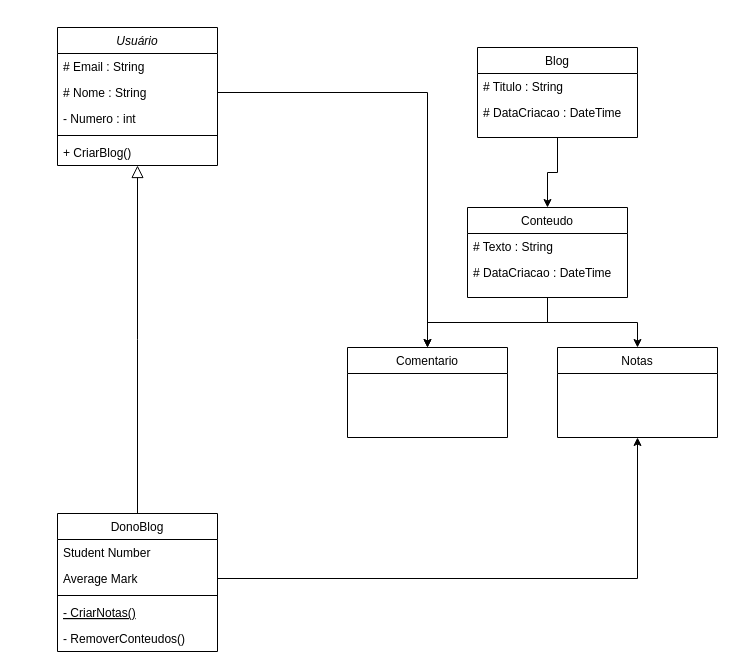
The draw.io diagram PraticaDiagramaDeClasses.drawio in LuizFelipeCavalcante/Diagramas, before the edit. Source tidied: cells renumbered, new cells numbered last; positions are measured from the earlier drawing's top-left corner, leaving out a move shared by most shapes. Both pictures are drawn from the tidied source at 100%, with x=0, y=0 at pixel (57, 27).
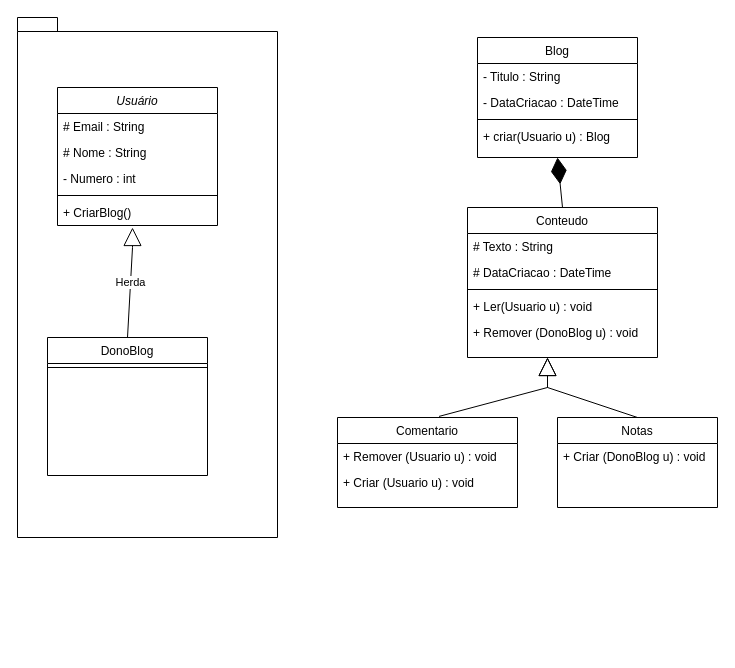
After the change.

Unchanged cells that the change refers to:
```xml
<mxCell id="4" value="# Nome : String" style="text;align=left;verticalAlign=top;spacingLeft=4;spacingRight=4;overflow=hidden;points=[[0,0.5],[1,0.5]];portConstraint=eastwest;rounded=0;shadow=0;html=0;" parent="2" vertex="1">
  <mxGeometry y="52" width="160" height="26" as="geometry" />
</mxCell>
```

Diff of the diagram source:
```diff
@@
+    <mxCell id="28" style="shape=folder;fontStyle=1;spacingTop=10;tabWidth=40;tabHeight=14;tabPosition=left;html=1;whiteSpace=wrap;" parent="1" vertex="1">
+      <mxGeometry x="-40" y="-10" width="260" height="520" as="geometry" />
+    </mxCell>
     <mxCell id="2" value="Usuário" style="swimlane;fontStyle=2;align=center;verticalAlign=top;horizontal=1;startSize=26;rounded=0;shadow=0;strokeWidth=1;" parent="1" vertex="1">
-      <mxGeometry width="160" height="138" as="geometry" />
+      <mxGeometry y="60" width="160" height="138" as="geometry" />
     </mxCell>
@@
     <mxCell id="8" value="DonoBlog" style="swimlane;fontStyle=0;align=center;verticalAlign=top;horizontal=1;startSize=26;rounded=0;shadow=0;strokeWidth=1;" parent="1" vertex="1">
-      <mxGeometry y="486" width="160" height="138" as="geometry" />
+      <mxGeometry x="-10" y="310" width="160" height="138" as="geometry" />
     </mxCell>
-    <mxCell id="9" value="Student Number" style="text;align=left;verticalAlign=top;spacingLeft=4;spacingRight=4;overflow=hidden;" parent="8" vertex="1">
-      <mxGeometry y="26" width="160" height="26" as="geometry" />
-    </mxCell>
-    <mxCell id="10" value="Average Mark" style="text;align=left;verticalAlign=top;spacingLeft=4;spacingRight=4;overflow=hidden;points=[[0,0.5],[1,0.5]];portConstraint=eastwest;rounded=0;shadow=0;html=0;" parent="8" vertex="1">
-      <mxGeometry y="52" width="160" height="26" as="geometry" />
-    </mxCell>
     <mxCell id="11" style="line;html=1;strokeWidth=1;align=left;verticalAlign=middle;spacingTop=-1;spacingLeft=3;spacingRight=3;labelPosition=right;" parent="8" vertex="1">
-      <mxGeometry y="78" width="160" height="8" as="geometry" />
+      <mxGeometry y="26" width="160" height="8" as="geometry" />
     </mxCell>
-    <mxCell id="12" value="- CriarNotas()" style="text;align=left;verticalAlign=top;spacingLeft=4;spacingRight=4;overflow=hidden;fontStyle=4;" parent="8" vertex="1">
-      <mxGeometry y="86" width="160" height="26" as="geometry" />
-    </mxCell>
-    <mxCell id="13" value="- RemoverConteudos()" style="text;align=left;verticalAlign=top;spacingLeft=4;spacingRight=4;overflow=hidden;" parent="8" vertex="1">
-      <mxGeometry y="112" width="160" height="26" as="geometry" />
-    </mxCell>
-    <mxCell id="14" style="endArrow=block;endSize=10;endFill=0;shadow=0;strokeWidth=1;rounded=0;curved=0;edgeStyle=elbowEdgeStyle;elbow=vertical;" parent="1" edge="1" source="8" target="2">
-      <mxGeometry relative="1" as="geometry" />
-    </mxCell>
-    <mxCell id="15" style="edgeStyle=orthogonalEdgeStyle;rounded=0;jettySize=auto;html=1;entryX=0.5;entryY=0;entryDx=0;entryDy=0;" parent="1" edge="1" source="16" target="21">
-      <mxGeometry relative="1" as="geometry" />
-    </mxCell>
     <mxCell id="16" value="Blog" style="swimlane;fontStyle=0;align=center;verticalAlign=top;horizontal=1;startSize=26;rounded=0;shadow=0;strokeWidth=1;" parent="1" vertex="1">
-      <mxGeometry x="420" y="20" width="160" height="90" as="geometry" />
+      <mxGeometry x="420" y="10" width="160" height="120" as="geometry" />
     </mxCell>
-    <mxCell id="17" value="# Titulo : String" style="text;align=left;verticalAlign=top;spacingLeft=4;spacingRight=4;overflow=hidden;" parent="16" vertex="1">
+    <mxCell id="17" value="- Titulo : String" style="text;align=left;verticalAlign=top;spacingLeft=4;spacingRight=4;overflow=hidden;" parent="16" vertex="1">
       <mxGeometry y="26" width="160" height="26" as="geometry" />
     </mxCell>
-    <mxCell id="18" value="# DataCriacao : DateTime" style="text;align=left;verticalAlign=top;spacingLeft=4;spacingRight=4;overflow=hidden;rounded=0;shadow=0;html=0;" parent="16" vertex="1">
+    <mxCell id="18" value="- DataCriacao : DateTime" style="text;align=left;verticalAlign=top;spacingLeft=4;spacingRight=4;overflow=hidden;rounded=0;shadow=0;html=0;" parent="16" vertex="1">
       <mxGeometry y="52" width="160" height="26" as="geometry" />
     </mxCell>
-    <mxCell id="19" style="edgeStyle=orthogonalEdgeStyle;rounded=0;jettySize=auto;html=1;" parent="1" edge="1" source="21" target="25">
-      <mxGeometry relative="1" as="geometry">
-        <Array as="points">
-          <mxPoint x="490" y="295" />
-          <mxPoint x="370" y="295" />
-        </Array>
-      </mxGeometry>
-    </mxCell>
-    <mxCell id="20" style="edgeStyle=orthogonalEdgeStyle;rounded=0;jettySize=auto;html=1;" parent="1" edge="1" source="21" target="24">
-      <mxGeometry relative="1" as="geometry" />
-    </mxCell>
+    <mxCell id="29" style="line;html=1;strokeWidth=1;align=left;verticalAlign=middle;spacingTop=-1;spacingLeft=3;spacingRight=3;labelPosition=right;" parent="16" vertex="1">
+      <mxGeometry y="78" width="160" height="8" as="geometry" />
+    </mxCell>
+    <mxCell id="30" value="+ criar(Usuario u) : Blog" style="text;align=left;verticalAlign=top;spacingLeft=4;spacingRight=4;overflow=hidden;" parent="16" vertex="1">
+      <mxGeometry y="86" width="160" height="26" as="geometry" />
+    </mxCell>
     <mxCell id="21" value="Conteudo" style="swimlane;fontStyle=0;align=center;verticalAlign=top;horizontal=1;startSize=26;rounded=0;shadow=0;strokeWidth=1;" parent="1" vertex="1">
-      <mxGeometry x="410" y="180" width="160" height="90" as="geometry" />
+      <mxGeometry x="410" y="180" width="190" height="150" as="geometry" />
     </mxCell>
     <mxCell id="22" value="# Texto : String" style="text;align=left;verticalAlign=top;spacingLeft=4;spacingRight=4;overflow=hidden;" parent="21" vertex="1">
-      <mxGeometry y="26" width="160" height="26" as="geometry" />
+      <mxGeometry y="26" width="190" height="26" as="geometry" />
     </mxCell>
     <mxCell id="23" value="# DataCriacao : DateTime" style="text;align=left;verticalAlign=top;spacingLeft=4;spacingRight=4;overflow=hidden;rounded=0;shadow=0;html=0;" parent="21" vertex="1">
-      <mxGeometry y="52" width="160" height="26" as="geometry" />
+      <mxGeometry y="52" width="190" height="26" as="geometry" />
     </mxCell>
+    <mxCell id="31" style="line;html=1;strokeWidth=1;align=left;verticalAlign=middle;spacingTop=-1;spacingLeft=3;spacingRight=3;labelPosition=right;" parent="21" vertex="1">
+      <mxGeometry y="78" width="190" height="8" as="geometry" />
+    </mxCell>
+    <mxCell id="32" value="+ Ler(Usuario u) : void" style="text;align=left;verticalAlign=top;spacingLeft=4;spacingRight=4;overflow=hidden;" parent="21" vertex="1">
+      <mxGeometry y="86" width="190" height="26" as="geometry" />
+    </mxCell>
+    <mxCell id="33" value="+ Remover (DonoBlog u) : void" style="text;align=left;verticalAlign=top;spacingLeft=4;spacingRight=4;overflow=hidden;" parent="21" vertex="1">
+      <mxGeometry y="112" width="190" height="26" as="geometry" />
+    </mxCell>
     <mxCell id="24" value="Notas" style="swimlane;fontStyle=0;align=center;verticalAlign=top;horizontal=1;startSize=26;rounded=0;shadow=0;strokeWidth=1;" parent="1" vertex="1">
-      <mxGeometry x="500" y="320" width="160" height="90" as="geometry" />
+      <mxGeometry x="500" y="390" width="160" height="90" as="geometry" />
     </mxCell>
+    <mxCell id="34" value="+ Criar (DonoBlog u) : void" style="text;align=left;verticalAlign=top;spacingLeft=4;spacingRight=4;overflow=hidden;" parent="24" vertex="1">
+      <mxGeometry y="26" width="160" height="26" as="geometry" />
+    </mxCell>
     <mxCell id="25" value="Comentario" style="swimlane;fontStyle=0;align=center;verticalAlign=top;horizontal=1;startSize=26;rounded=0;shadow=0;strokeWidth=1;" parent="1" vertex="1">
-      <mxGeometry x="290" y="320" width="160" height="90" as="geometry" />
+      <mxGeometry x="280" y="390" width="180" height="90" as="geometry" />
     </mxCell>
-    <mxCell id="26" style="edgeStyle=orthogonalEdgeStyle;rounded=0;jettySize=auto;html=1;entryX=0.5;entryY=1;entryDx=0;entryDy=0;" parent="1" edge="1" source="10" target="24">
-      <mxGeometry relative="1" as="geometry" />
-    </mxCell>
-    <mxCell id="27" style="edgeStyle=orthogonalEdgeStyle;rounded=0;jettySize=auto;html=1;" parent="1" edge="1" source="4" target="25">
-      <mxGeometry relative="1" as="geometry" />
-    </mxCell>
+    <mxCell id="35" value="+ Remover (Usuario u) : void" style="text;align=left;verticalAlign=top;spacingLeft=4;spacingRight=4;overflow=hidden;" parent="25" vertex="1">
+      <mxGeometry y="26" width="180" height="26" as="geometry" />
+    </mxCell>
+    <mxCell id="36" value="+ Criar (Usuario u) : void" style="text;align=left;verticalAlign=top;spacingLeft=4;spacingRight=4;overflow=hidden;" parent="25" vertex="1">
+      <mxGeometry y="52" width="180" height="26" as="geometry" />
+    </mxCell>
+    <mxCell id="37" style="endArrow=diamondThin;endFill=1;endSize=24;html=1;rounded=0;entryX=0.5;entryY=1;entryDx=0;entryDy=0;exitX=0.5;exitY=0;exitDx=0;exitDy=0;" parent="1" edge="1" source="21" target="16">
+      <mxGeometry relative="1" as="geometry" />
+    </mxCell>
+    <mxCell id="38" style="endArrow=block;endSize=16;endFill=0;html=1;rounded=0;exitX=0.564;exitY=-0.012;exitDx=0;exitDy=0;exitPerimeter=0;" parent="1" edge="1" source="25">
+      <mxGeometry relative="1" as="geometry">
+        <mxPoint x="490" y="330" as="targetPoint" />
+        <Array as="points">
+          <mxPoint x="490" y="360" />
+        </Array>
+      </mxGeometry>
+    </mxCell>
+    <mxCell id="39" style="endArrow=block;endSize=16;endFill=0;html=1;rounded=0;exitX=0.5;exitY=0;exitDx=0;exitDy=0;" parent="1" edge="1" source="24">
+      <mxGeometry relative="1" as="geometry">
+        <mxPoint x="490" y="330" as="targetPoint" />
+        <Array as="points">
+          <mxPoint x="490" y="360" />
+        </Array>
+      </mxGeometry>
+    </mxCell>
+    <mxCell id="40" value="Herda" style="endArrow=block;endSize=16;endFill=0;html=1;rounded=0;exitX=0.5;exitY=0;exitDx=0;exitDy=0;" parent="1" edge="1" source="8">
+      <mxGeometry relative="1" as="geometry">
+        <mxPoint x="75" y="200" as="targetPoint" />
+        <Array as="points">
+          <mxPoint x="75" y="220" />
+        </Array>
+      </mxGeometry>
+    </mxCell>
```
